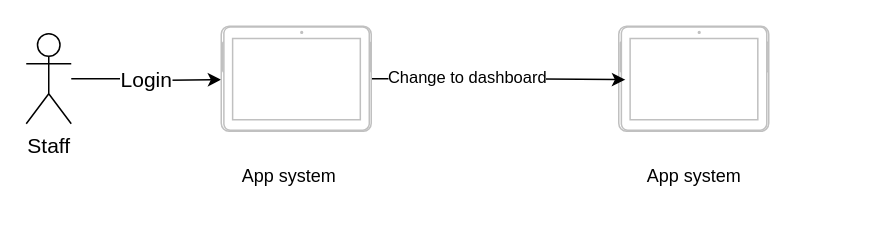
Before: wireframe_explaination/work flow 2.drawio in duongminhthanh/app_system_management_visitor_for_old_aparment, a draw.io diagram. Source tidied: cells renumbered, new cells numbered last; positions are measured from the earlier drawing's top-left corner, leaving out a move shared by most shapes. Both pictures are drawn from the tidied source at 150%, with x=0, y=0 at pixel (26, 26).
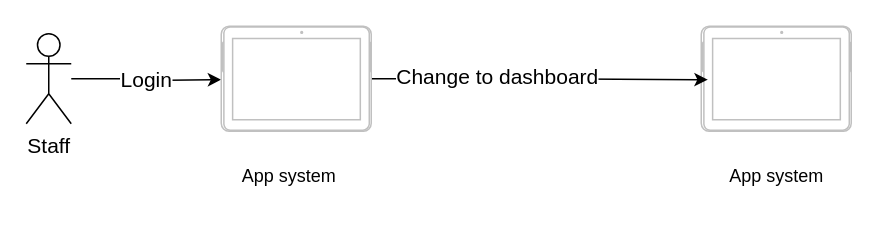
The same page after the edit.

Diff of the diagram source:
```diff
@@
 <mxGraphModel>
   <root>
     <mxCell id="0" />
     <mxCell id="1" parent="0" />
     <mxCell id="2" value="Login" style="edgeStyle=orthogonalEdgeStyle;rounded=0;jettySize=auto;html=1;entryX=0.563;entryY=0;entryDx=0;entryDy=0;entryPerimeter=0;fontSize=14;" parent="1" edge="1" source="3">
       <mxGeometry relative="1" as="geometry">
         <mxPoint x="130" y="35.6" as="targetPoint" />
       </mxGeometry>
     </mxCell>
     <mxCell id="3" value="Staff" style="shape=umlActor;verticalLabelPosition=bottom;verticalAlign=top;html=1;outlineConnect=0;fontSize=14;" parent="1" vertex="1">
       <mxGeometry y="5" width="30" height="60" as="geometry" />
     </mxCell>
     <mxCell id="4" value="App system" style="text;html=1;align=center;verticalAlign=middle;strokeColor=none;fillColor=none;" parent="1" vertex="1">
       <mxGeometry x="130" y="85" width="90" height="30" as="geometry" />
     </mxCell>
     <mxCell id="5" style="verticalLabelPosition=bottom;verticalAlign=top;html=1;shadow=0;dashed=0;strokeWidth=1;shape=mxgraph.android.tab2;strokeColor=#c0c0c0;direction=north;" parent="1" vertex="1">
-      <mxGeometry x="395" width="100" height="70" as="geometry" />
+      <mxGeometry x="450" width="100" height="70" as="geometry" />
     </mxCell>
     <mxCell id="6" style="edgeStyle=orthogonalEdgeStyle;rounded=0;jettySize=auto;html=1;entryX=0.491;entryY=0.044;entryDx=0;entryDy=0;entryPerimeter=0;" parent="1" edge="1" source="8" target="5">
       <mxGeometry relative="1" as="geometry" />
     </mxCell>
-    <mxCell id="7" value="Change to dashboard" style="edgeLabel;html=1;align=center;verticalAlign=middle;" parent="6" vertex="1">
+    <mxCell id="7" value="Change to dashboard" style="edgeLabel;html=1;align=center;verticalAlign=middle;fontSize=14;" parent="6" vertex="1">
       <mxGeometry x="-0.26" y="2" relative="1" as="geometry" />
     </mxCell>
     <mxCell id="8" style="verticalLabelPosition=bottom;verticalAlign=top;html=1;shadow=0;dashed=0;strokeWidth=1;shape=mxgraph.android.tab2;strokeColor=#c0c0c0;direction=north;" parent="1" vertex="1">
       <mxGeometry x="130" width="100" height="70" as="geometry" />
     </mxCell>
     <mxCell id="9" value="App system" style="text;html=1;align=center;verticalAlign=middle;strokeColor=none;fillColor=none;" parent="1" vertex="1">
-      <mxGeometry x="400" y="85" width="90" height="30" as="geometry" />
+      <mxGeometry x="455" y="85" width="90" height="30" as="geometry" />
     </mxCell>
   </root>
 </mxGraphModel>
```
